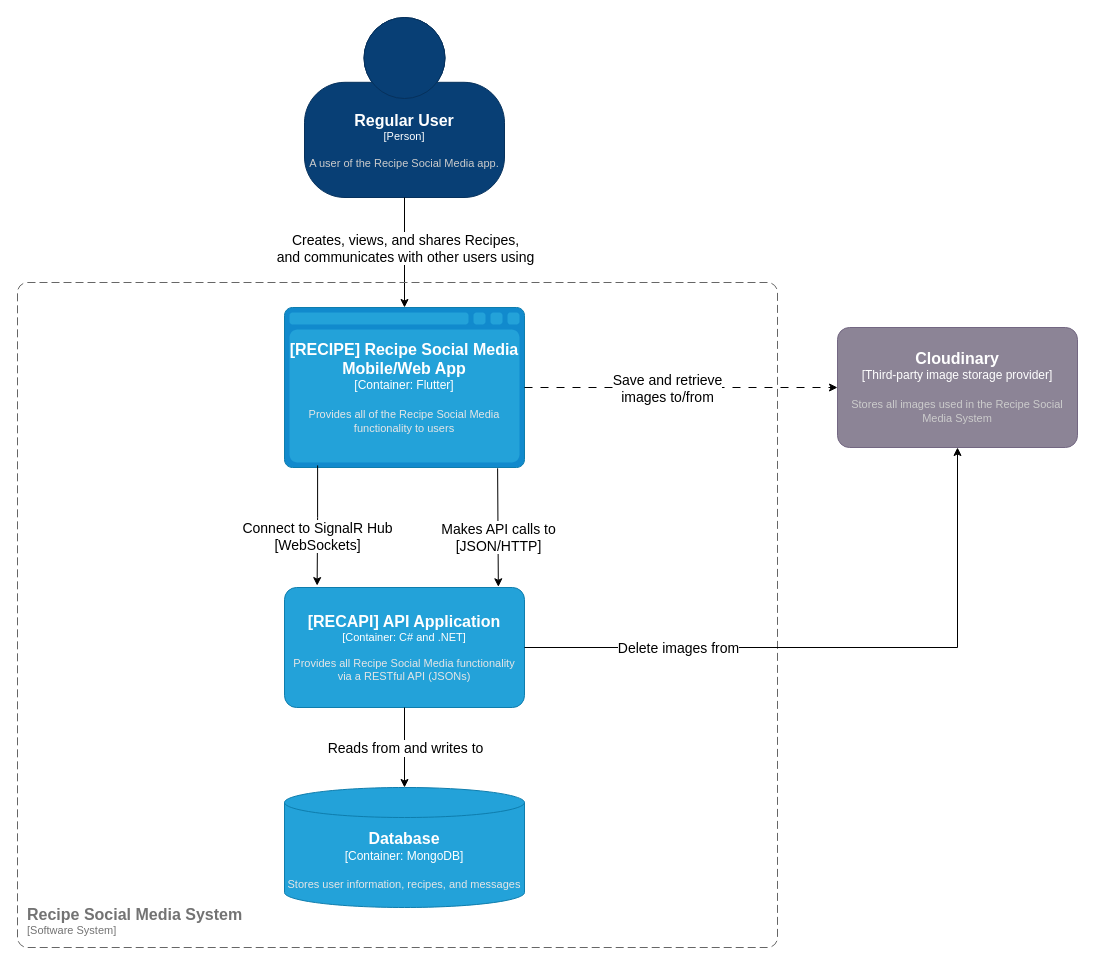
Before: Diagrams/Container Diagram.drawio in Andrei-Constantin-Programmer/LangfoodiAPI, a draw.io diagram. Source tidied: cells renumbered, new cells numbered last; positions are measured from the earlier drawing's top-left corner, leaving out a move shared by most shapes. Both pictures are drawn from the tidied source at 100%, with x=0, y=0 at pixel (17, 17).
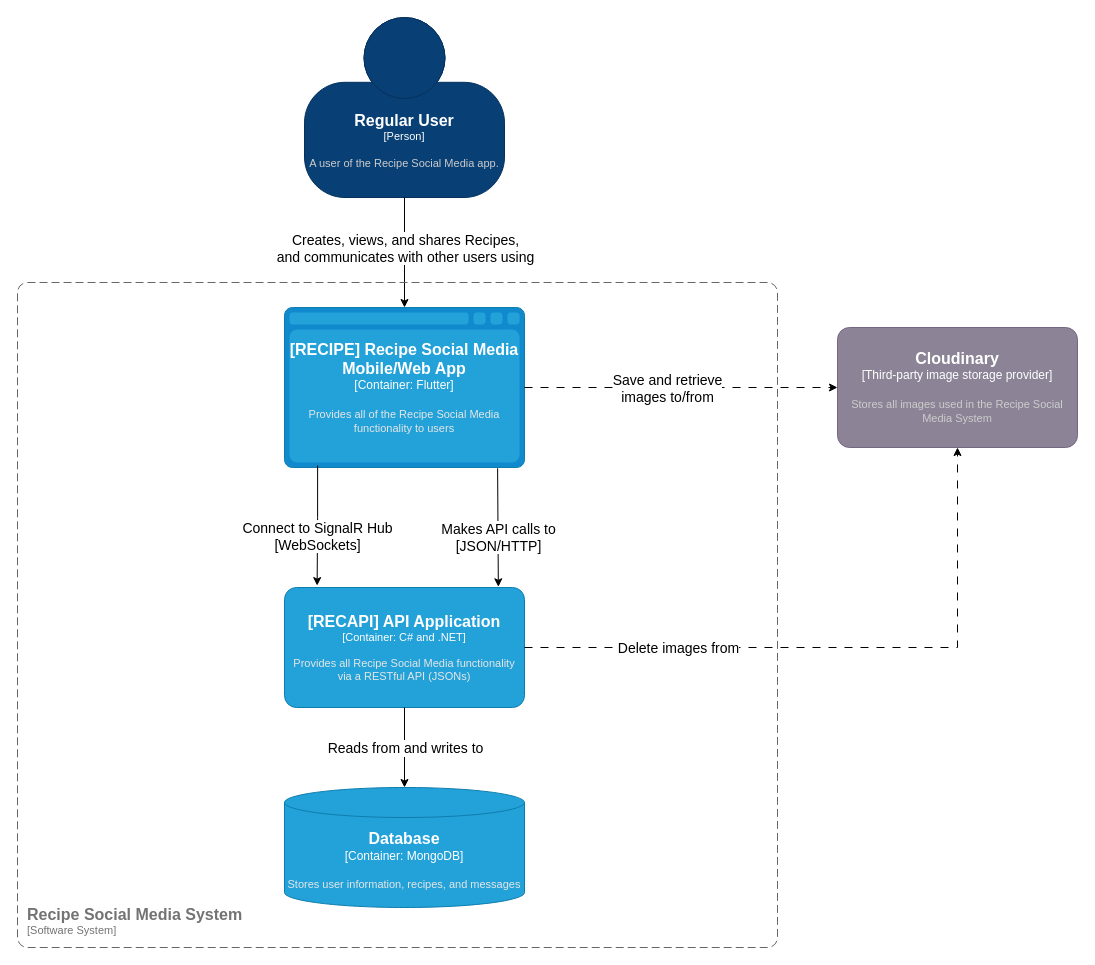
The same page after the edit.

Commit message (it also covers changes not shown here):
Updated diagram design and re-exported images

Unchanged cells that the change refers to:
```xml
<object id="6" label="&lt;font style=&quot;font-size: 16px&quot;&gt;&lt;b&gt;%c4Name%&lt;/b&gt;&lt;/font&gt;&lt;div&gt;[%c4Type%: %c4Technology%]&lt;/div&gt;&lt;br&gt;&lt;div&gt;&lt;font style=&quot;font-size: 11px&quot;&gt;&lt;font color=&quot;#E6E6E6&quot;&gt;%c4Description%&lt;/font&gt;&lt;/div&gt;" c4Description="Provides all Recipe Social Media functionality via a RESTful API (JSONs)" c4Name="[RECAPI] API Application" c4Technology="C# and .NET" c4Type="Container" placeholders="1">
  <mxCell style="rounded=1;whiteSpace=wrap;html=1;fontSize=11;labelBackgroundColor=none;fillColor=#23A2D9;fontColor=#ffffff;align=center;arcSize=10;strokeColor=#0E7DAD;points=[[0.25,0,0],[0.5,0,0],[0.75,0,0],[1,0.25,0],[1,0.5,0],[1,0.75,0],[0.75,1,0],[0.5,1,0],[0.25,1,0],[0,0.75,0],[0,0.5,0],[0,0.25,0]];" parent="1" vertex="1">
    <mxGeometry x="267" y="570" width="240" height="120" as="geometry" />
  </mxCell>
</object>
<object id="13" label="&lt;font style=&quot;font-size: 16px&quot;&gt;&lt;b&gt;%c4Name%&lt;/b&gt;&lt;/font&gt;&lt;div&gt;[%c4Type%]&lt;/div&gt;&lt;br&gt;&lt;div&gt;&lt;font style=&quot;font-size: 11px&quot;&gt;&lt;font color=&quot;#cccccc&quot;&gt;%c4Description%&lt;/font&gt;&lt;/div&gt;" c4Description="Stores all images used in the Recipe Social Media System" c4Name="Cloudinary" c4Type="Third-party image storage provider" placeholders="1">
  <mxCell style="rounded=1;whiteSpace=wrap;html=1;labelBackgroundColor=none;fillColor=#8C8496;fontColor=#ffffff;align=center;arcSize=10;strokeColor=#736782;points=[[0.25,0,0],[0.5,0,0],[0.75,0,0],[1,0.25,0],[1,0.5,0],[1,0.75,0],[0.75,1,0],[0.5,1,0],[0.25,1,0],[0,0.75,0],[0,0.5,0],[0,0.25,0]];" parent="1" vertex="1">
    <mxGeometry x="820" y="310" width="240" height="120" as="geometry" />
  </mxCell>
</object>
```

The edit, as a diff of the source:
```diff
@@
-    <mxCell id="16" style="edgeStyle=orthogonalEdgeStyle;rounded=0;jettySize=auto;html=1;entryX=0.5;entryY=1;entryDx=0;entryDy=0;entryPerimeter=0;" parent="1" edge="1" source="6" target="13">
+    <mxCell id="16" style="edgeStyle=orthogonalEdgeStyle;rounded=0;jettySize=auto;html=1;entryX=0.5;entryY=1;entryDx=0;entryDy=0;entryPerimeter=0;dashed=1;dashPattern=8 8;" parent="1" edge="1" source="6" target="13">
       <mxGeometry relative="1" as="geometry" />
     </mxCell>
```
